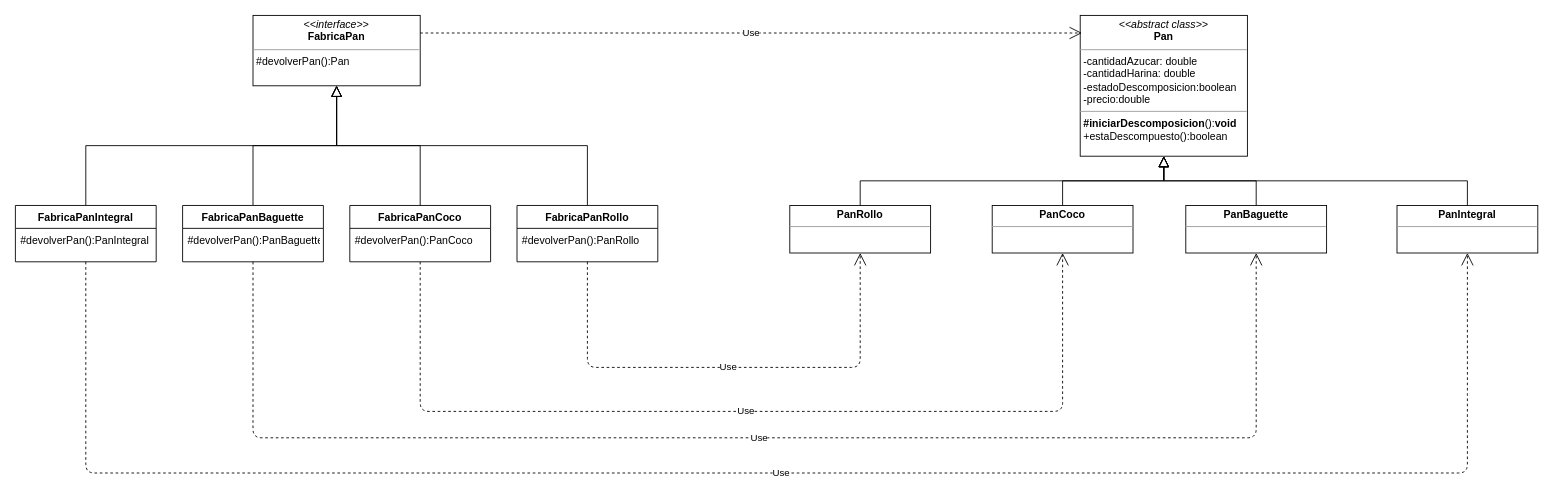
Above: Factory Method/Factory_Method.drawio in spaezsuarez/Modelos-de-Programacion-Patrones-de-Dise-o- (draw.io), before the change. Source tidied: cells renumbered, new cells numbered last; positions are measured from the earlier drawing's top-left corner, leaving out a move shared by most shapes. Both pictures are drawn from the tidied source at 88%, with x=0, y=0 at pixel (15, 15).
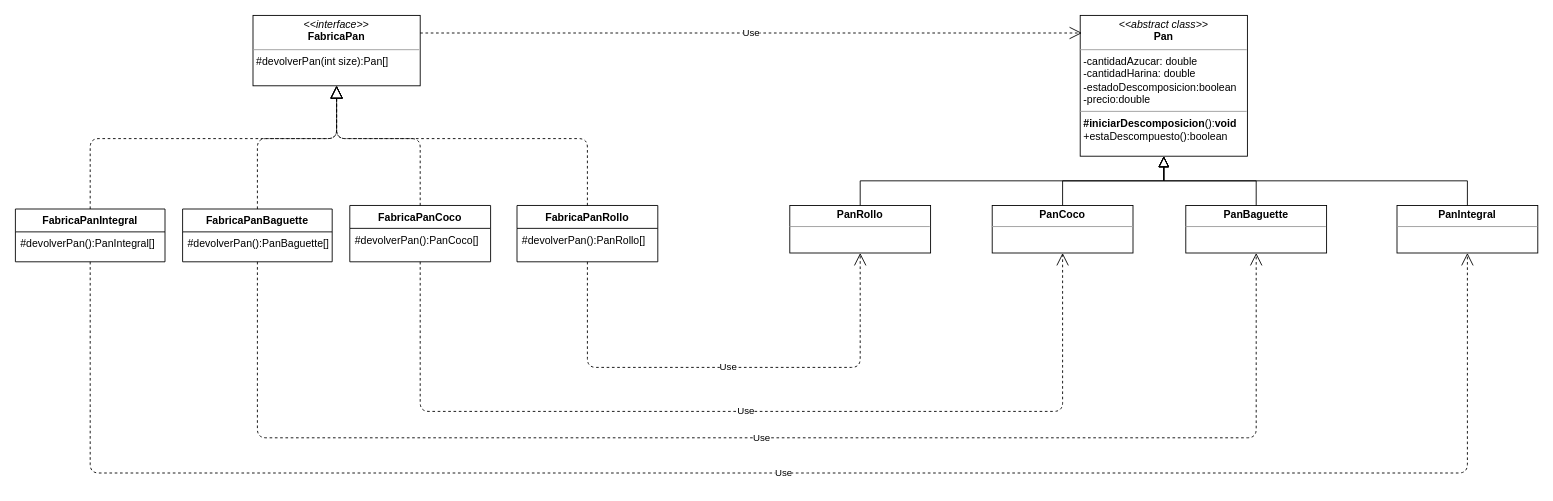
After the change.

Commit message:
Cambios UML Factory method

The change refers to these unchanged cells:
```xml
<mxCell id="10" value="FabricaPanCoco" style="swimlane;fontStyle=1;align=center;verticalAlign=top;horizontal=1;startSize=26;rounded=0;shadow=0;strokeWidth=1;" parent="1" vertex="1">
  <mxGeometry x="380" y="216" width="160" height="64" as="geometry" />
</mxCell>
<mxCell id="14" value="FabricaPanRollo" style="swimlane;fontStyle=1;align=center;verticalAlign=top;horizontal=1;startSize=26;rounded=0;shadow=0;strokeWidth=1;" parent="1" vertex="1">
  <mxGeometry x="570" y="216" width="160" height="64" as="geometry" />
</mxCell>
<mxCell id="18" value="&lt;p style=&quot;margin: 0px ; margin-top: 4px ; text-align: center&quot;&gt;&lt;b&gt;PanBaguette&lt;/b&gt;&lt;/p&gt;&lt;hr size=&quot;1&quot;&gt;&lt;p style=&quot;margin: 0px ; margin-left: 4px&quot;&gt;&lt;br&gt;&lt;/p&gt;" style="verticalAlign=top;align=left;overflow=fill;fontSize=12;fontFamily=Helvetica;html=1;" parent="1" vertex="1">
  <mxGeometry x="1330" y="216" width="160" height="54" as="geometry" />
</mxCell>
<mxCell id="19" value="&lt;p style=&quot;margin: 0px ; margin-top: 4px ; text-align: center&quot;&gt;&lt;b&gt;PanIntegral&lt;/b&gt;&lt;/p&gt;&lt;hr size=&quot;1&quot;&gt;&lt;p style=&quot;margin: 0px ; margin-left: 4px&quot;&gt;&lt;br&gt;&lt;/p&gt;" style="verticalAlign=top;align=left;overflow=fill;fontSize=12;fontFamily=Helvetica;html=1;" parent="1" vertex="1">
  <mxGeometry x="1570" y="216" width="160" height="54" as="geometry" />
</mxCell>
```

Change to the diagram source:
```diff
@@
-    <mxCell id="2" style="endArrow=block;endSize=10;endFill=0;shadow=0;strokeWidth=1;rounded=0;edgeStyle=elbowEdgeStyle;elbow=vertical;entryX=0.5;entryY=1;entryDx=0;entryDy=0;" parent="1" edge="1" source="6" target="5">
-      <mxGeometry relative="1" as="geometry" />
-    </mxCell>
-    <mxCell id="3" style="endArrow=block;endSize=10;endFill=0;shadow=0;strokeWidth=1;rounded=0;edgeStyle=elbowEdgeStyle;elbow=vertical;entryX=0.5;entryY=1;entryDx=0;entryDy=0;" parent="1" edge="1" source="8" target="5">
-      <mxGeometry relative="1" as="geometry" />
-    </mxCell>
@@
-    <mxCell id="5" value="&lt;p style=&quot;margin: 0px ; margin-top: 4px ; text-align: center&quot;&gt;&lt;i&gt;&amp;lt;&amp;lt;interface&amp;gt;&amp;gt;&lt;/i&gt;&lt;br&gt;&lt;b&gt;FabricaPan&lt;/b&gt;&lt;/p&gt;&lt;hr size=&quot;1&quot;&gt;&lt;p style=&quot;margin: 0px ; margin-left: 4px&quot;&gt;#devolverPan():Pan&lt;/p&gt;&lt;p style=&quot;margin: 0px ; margin-left: 4px&quot;&gt;&lt;br&gt;&lt;br&gt;&lt;/p&gt;" style="verticalAlign=top;align=left;overflow=fill;fontSize=12;fontFamily=Helvetica;html=1;" parent="1" vertex="1">
+    <mxCell id="5" value="&lt;p style=&quot;margin: 0px ; margin-top: 4px ; text-align: center&quot;&gt;&lt;i&gt;&amp;lt;&amp;lt;interface&amp;gt;&amp;gt;&lt;/i&gt;&lt;br&gt;&lt;b&gt;FabricaPan&lt;/b&gt;&lt;/p&gt;&lt;hr size=&quot;1&quot;&gt;&lt;p style=&quot;margin: 0px ; margin-left: 4px&quot;&gt;#devolverPan(int size):Pan[]&lt;/p&gt;&lt;p style=&quot;margin: 0px ; margin-left: 4px&quot;&gt;&lt;br&gt;&lt;br&gt;&lt;/p&gt;" style="verticalAlign=top;align=left;overflow=fill;fontSize=12;fontFamily=Helvetica;html=1;" parent="1" vertex="1">
       <mxGeometry x="270" width="190" height="80" as="geometry" />
     </mxCell>
     <mxCell id="6" value="FabricaPanIntegral" style="swimlane;fontStyle=1;align=center;verticalAlign=top;horizontal=1;startSize=26;rounded=0;shadow=0;strokeWidth=1;" parent="1" vertex="1">
-      <mxGeometry y="216" width="160" height="64" as="geometry" />
+      <mxGeometry y="220" width="170" height="60" as="geometry" />
     </mxCell>
-    <mxCell id="7" value="#devolverPan():PanIntegral&#10;" style="text;align=left;verticalAlign=top;spacingLeft=4;spacingRight=4;overflow=hidden;" parent="6" vertex="1">
-      <mxGeometry y="26" width="160" height="26" as="geometry" />
+    <mxCell id="7" value="#devolverPan():PanIntegral[]&#10;" style="text;align=left;verticalAlign=top;spacingLeft=4;spacingRight=4;overflow=hidden;" parent="6" vertex="1">
+      <mxGeometry y="26" width="170" height="26" as="geometry" />
     </mxCell>
     <mxCell id="8" value="FabricaPanBaguette" style="swimlane;fontStyle=1;align=center;verticalAlign=top;horizontal=1;startSize=26;rounded=0;shadow=0;strokeWidth=1;" parent="1" vertex="1">
-      <mxGeometry x="190" y="216" width="160" height="64" as="geometry" />
+      <mxGeometry x="190" y="220" width="170" height="60" as="geometry" />
     </mxCell>
-    <mxCell id="9" value="#devolverPan():PanBaguette&#10;" style="text;align=left;verticalAlign=top;spacingLeft=4;spacingRight=4;overflow=hidden;" parent="8" vertex="1">
-      <mxGeometry y="26" width="160" height="26" as="geometry" />
+    <mxCell id="9" value="#devolverPan():PanBaguette[]" style="text;align=left;verticalAlign=top;spacingLeft=4;spacingRight=4;overflow=hidden;" parent="8" vertex="1">
+      <mxGeometry y="26" width="170" height="26" as="geometry" />
     </mxCell>
@@
-    <mxCell id="11" value="#devolverPan():PanCoco&#10;" style="text;align=left;verticalAlign=top;spacingLeft=4;spacingRight=4;overflow=hidden;" parent="10" vertex="1">
+    <mxCell id="11" value="#devolverPan():PanCoco[]" style="text;align=left;verticalAlign=top;spacingLeft=4;spacingRight=4;overflow=hidden;" parent="10" vertex="1">
       <mxGeometry y="26" width="160" height="26" as="geometry" />
     </mxCell>
-    <mxCell id="12" style="endArrow=block;endSize=10;endFill=0;shadow=0;strokeWidth=1;rounded=0;edgeStyle=elbowEdgeStyle;elbow=vertical;entryX=0.5;entryY=1;entryDx=0;entryDy=0;exitX=0.5;exitY=0;exitDx=0;exitDy=0;" parent="1" edge="1" source="10" target="5">
-      <mxGeometry relative="1" as="geometry" />
-    </mxCell>
-    <mxCell id="13" style="endArrow=block;endSize=10;endFill=0;shadow=0;strokeWidth=1;rounded=0;edgeStyle=elbowEdgeStyle;elbow=vertical;entryX=0.5;entryY=1;entryDx=0;entryDy=0;exitX=0.5;exitY=0;exitDx=0;exitDy=0;" parent="1" edge="1" source="14" target="5">
-      <mxGeometry relative="1" as="geometry" />
-    </mxCell>
@@
-    <mxCell id="15" value="#devolverPan():PanRollo&#10;" style="text;align=left;verticalAlign=top;spacingLeft=4;spacingRight=4;overflow=hidden;" parent="14" vertex="1">
+    <mxCell id="15" value="#devolverPan():PanRollo[]" style="text;align=left;verticalAlign=top;spacingLeft=4;spacingRight=4;overflow=hidden;" parent="14" vertex="1">
       <mxGeometry y="26" width="160" height="26" as="geometry" />
     </mxCell>
@@
     <mxCell id="24" value="Use" style="endArrow=open;endSize=12;dashed=1;html=1;exitX=0.5;exitY=1;exitDx=0;exitDy=0;entryX=0.5;entryY=1;entryDx=0;entryDy=0;" parent="1" edge="1" source="6" target="19">
       <mxGeometry relative="1" as="geometry">
         <Array as="points">
-          <mxPoint x="80" y="520" />
+          <mxPoint x="85" y="520" />
           <mxPoint x="890" y="520" />
           <mxPoint x="1650" y="520" />
           <mxPoint x="1650" y="440" />
         </Array>
       </mxGeometry>
     </mxCell>
     <mxCell id="25" value="Use" style="endArrow=open;endSize=12;dashed=1;html=1;exitX=0.5;exitY=1;exitDx=0;exitDy=0;entryX=0.5;entryY=1;entryDx=0;entryDy=0;" parent="1" edge="1" source="8" target="18">
       <mxGeometry relative="1" as="geometry">
         <Array as="points">
-          <mxPoint x="270" y="480" />
+          <mxPoint x="275" y="480" />
           <mxPoint x="1410" y="480" />
         </Array>
       </mxGeometry>
     </mxCell>
@@
+    <mxCell id="2" style="endArrow=block;dashed=1;endFill=0;endSize=12;html=1;exitX=0.5;exitY=0;exitDx=0;exitDy=0;entryX=0.5;entryY=1;entryDx=0;entryDy=0;" parent="1" edge="1" source="6" target="5">
+      <mxGeometry relative="1" as="geometry">
+        <Array as="points">
+          <mxPoint x="85" y="140" />
+          <mxPoint x="365" y="140" />
+        </Array>
+      </mxGeometry>
+    </mxCell>
+    <mxCell id="3" style="endArrow=block;dashed=1;endFill=0;endSize=12;html=1;exitX=0.5;exitY=0;exitDx=0;exitDy=0;entryX=0.5;entryY=1;entryDx=0;entryDy=0;" parent="1" edge="1" source="8" target="5">
+      <mxGeometry relative="1" as="geometry">
+        <Array as="points">
+          <mxPoint x="275" y="140" />
+          <mxPoint x="365" y="140" />
+        </Array>
+      </mxGeometry>
+    </mxCell>
+    <mxCell id="12" style="endArrow=block;dashed=1;endFill=0;endSize=12;html=1;exitX=0.5;exitY=0;exitDx=0;exitDy=0;entryX=0.5;entryY=1;entryDx=0;entryDy=0;" parent="1" edge="1" source="10" target="5">
+      <mxGeometry relative="1" as="geometry">
+        <Array as="points">
+          <mxPoint x="460" y="140" />
+          <mxPoint x="365" y="140" />
+        </Array>
+      </mxGeometry>
+    </mxCell>
+    <mxCell id="13" style="endArrow=block;dashed=1;endFill=0;endSize=12;html=1;exitX=0.5;exitY=0;exitDx=0;exitDy=0;entryX=0.5;entryY=1;entryDx=0;entryDy=0;" parent="1" edge="1" source="14" target="5">
+      <mxGeometry relative="1" as="geometry">
+        <Array as="points">
+          <mxPoint x="650" y="140" />
+          <mxPoint x="365" y="140" />
+        </Array>
+      </mxGeometry>
+    </mxCell>
```
